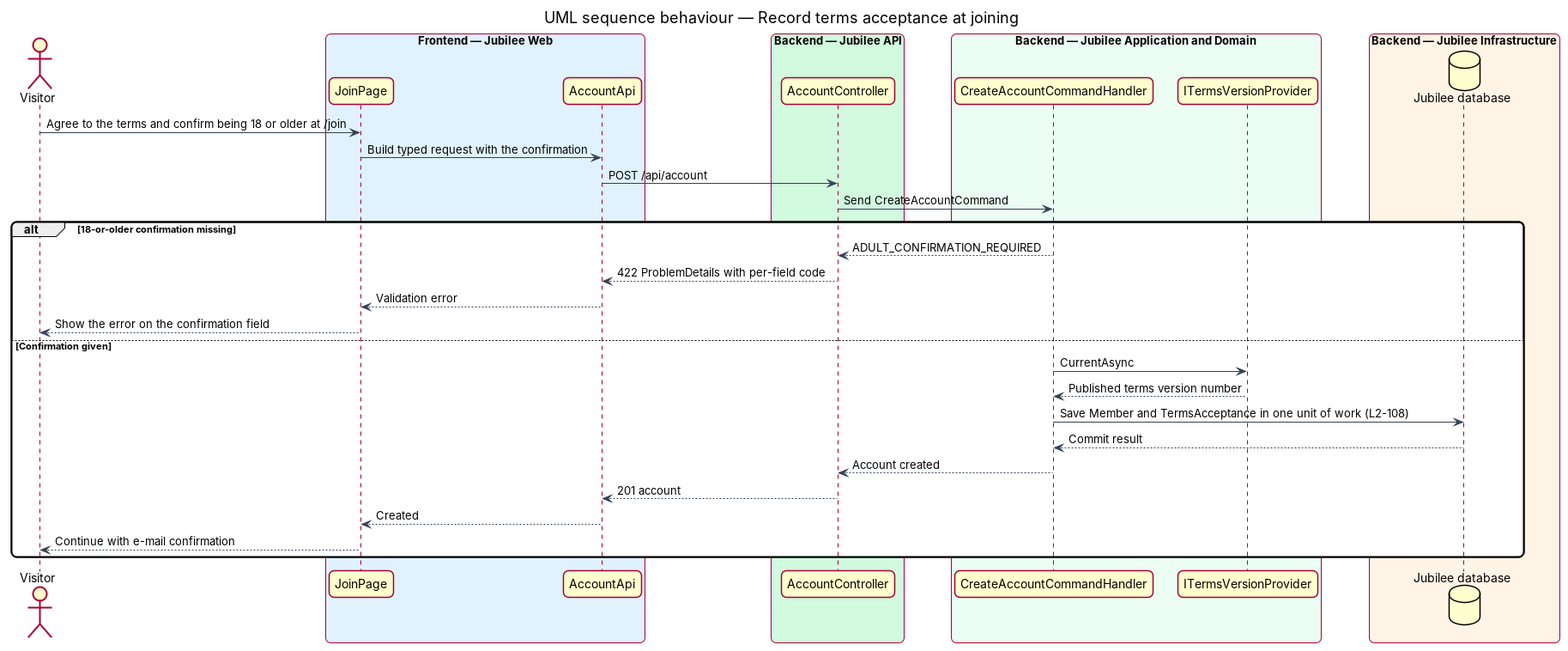
Earlier version of the PlantUML export docs/detailed-designs/trust-content/publish-policy-pages/diagrams/sequence-record-terms-acceptance.png (QuinntyneBrown/jubilee). Its source is kept beside it as docs/detailed-designs/trust-content/publish-policy-pages/diagrams/sequence-record-terms-acceptance.puml. Source of this version:
```plantuml
@startuml
title UML sequence behaviour — Record terms acceptance at joining
skinparam backgroundColor #FFFFFF
skinparam shadowing false
skinparam roundcorner 12
skinparam defaultFontName Arial
skinparam ArrowColor #344054
skinparam rectangle {
  BorderColor #344054
  FontColor #101828
}
skinparam package {
  BorderColor #667085
  FontColor #101828
  BackgroundColor #F9FAFB
}
actor "Visitor" as actor
box "Frontend — Jubilee Web" #E0F2FE
  participant "JoinPage" as page
  participant "AccountApi" as client
end box
box "Backend — Jubilee API" #D1FADF
  participant "AccountController" as controller
end box
box "Backend — Jubilee Application and Domain" #ECFDF3
  participant "CreateAccountCommandHandler" as handler
  participant "ITermsVersionProvider" as terms
end box
box "Backend — Jubilee Infrastructure" #FFF4E5
  database "Jubilee database" as db
end box
actor -> page : Agree to the terms and confirm being 18 or older at /join
page -> client : Build typed request with the confirmation
client -> controller : POST /api/account
controller -> handler : Send CreateAccountCommand
alt 18-or-older confirmation missing
  handler --> controller : ADULT_CONFIRMATION_REQUIRED
  controller --> client : 422 ProblemDetails with per-field code
  client --> page : Validation error
  page --> actor : Show the error on the confirmation field
else Confirmation given
  handler -> terms : CurrentAsync
  terms --> handler : Published terms version number
  handler -> db : Save Member and TermsAcceptance in one unit of work (L2-108)
  db --> handler : Commit result
  handler --> controller : Account created
  controller --> client : 201 account
  client --> page : Created
  page --> actor : Continue with e-mail confirmation
end
@enduml
```
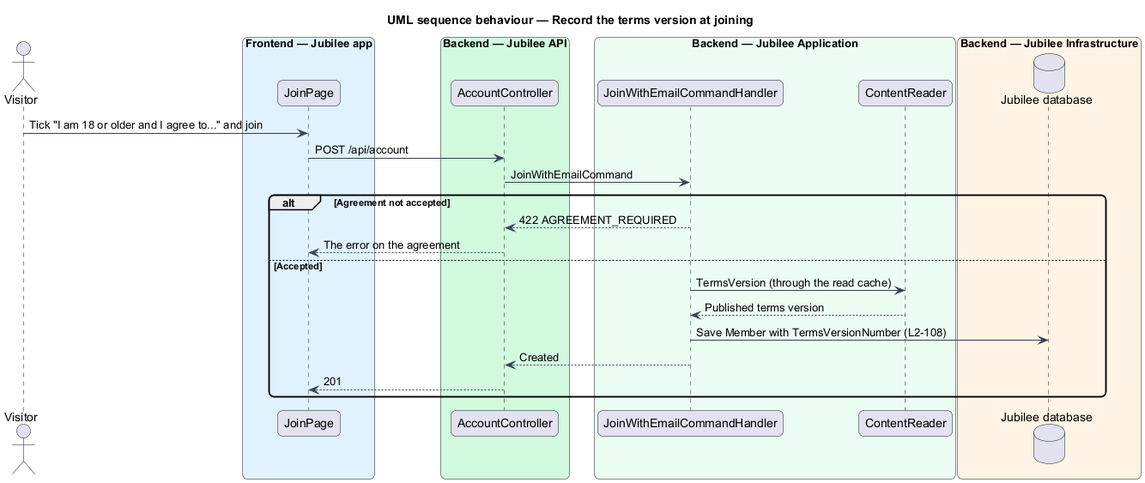
After the change.

Diff of the diagram source:
```diff
@@ -1,51 +1,35 @@
 @startuml
-title UML sequence behaviour — Record terms acceptance at joining
+title UML sequence behaviour — Record the terms version at joining
 skinparam backgroundColor #FFFFFF
 skinparam shadowing false
 skinparam roundcorner 12
 skinparam defaultFontName Arial
 skinparam ArrowColor #344054
-skinparam rectangle {
-  BorderColor #344054
-  FontColor #101828
-}
-skinparam package {
-  BorderColor #667085
-  FontColor #101828
-  BackgroundColor #F9FAFB
-}
 actor "Visitor" as actor
-box "Frontend — Jubilee Web" #E0F2FE
+box "Frontend — Jubilee app" #E0F2FE
   participant "JoinPage" as page
-  participant "AccountApi" as client
 end box
 box "Backend — Jubilee API" #D1FADF
   participant "AccountController" as controller
 end box
-box "Backend — Jubilee Application and Domain" #ECFDF3
-  participant "CreateAccountCommandHandler" as handler
-  participant "ITermsVersionProvider" as terms
+box "Backend — Jubilee Application" #ECFDF3
+  participant "JoinWithEmailCommandHandler" as handler
+  participant "ContentReader" as terms
 end box
 box "Backend — Jubilee Infrastructure" #FFF4E5
   database "Jubilee database" as db
 end box
-actor -> page : Agree to the terms and confirm being 18 or older at /join
-page -> client : Build typed request with the confirmation
-client -> controller : POST /api/account
-controller -> handler : Send CreateAccountCommand
-alt 18-or-older confirmation missing
-  handler --> controller : ADULT_CONFIRMATION_REQUIRED
-  controller --> client : 422 ProblemDetails with per-field code
-  client --> page : Validation error
-  page --> actor : Show the error on the confirmation field
-else Confirmation given
-  handler -> terms : CurrentAsync
-  terms --> handler : Published terms version number
-  handler -> db : Save Member and TermsAcceptance in one unit of work (L2-108)
-  db --> handler : Commit result
-  handler --> controller : Account created
-  controller --> client : 201 account
-  client --> page : Created
-  page --> actor : Continue with e-mail confirmation
+actor -> page : Tick "I am 18 or older and I agree to..." and join
+page -> controller : POST /api/account
+controller -> handler : JoinWithEmailCommand
+alt Agreement not accepted
+  handler --> controller : 422 AGREEMENT_REQUIRED
+  controller --> page : The error on the agreement
+else Accepted
+  handler -> terms : TermsVersion (through the read cache)
+  terms --> handler : Published terms version
+  handler -> db : Save Member with TermsVersionNumber (L2-108)
+  handler --> controller : Created
+  controller --> page : 201
 end
 @enduml
```
